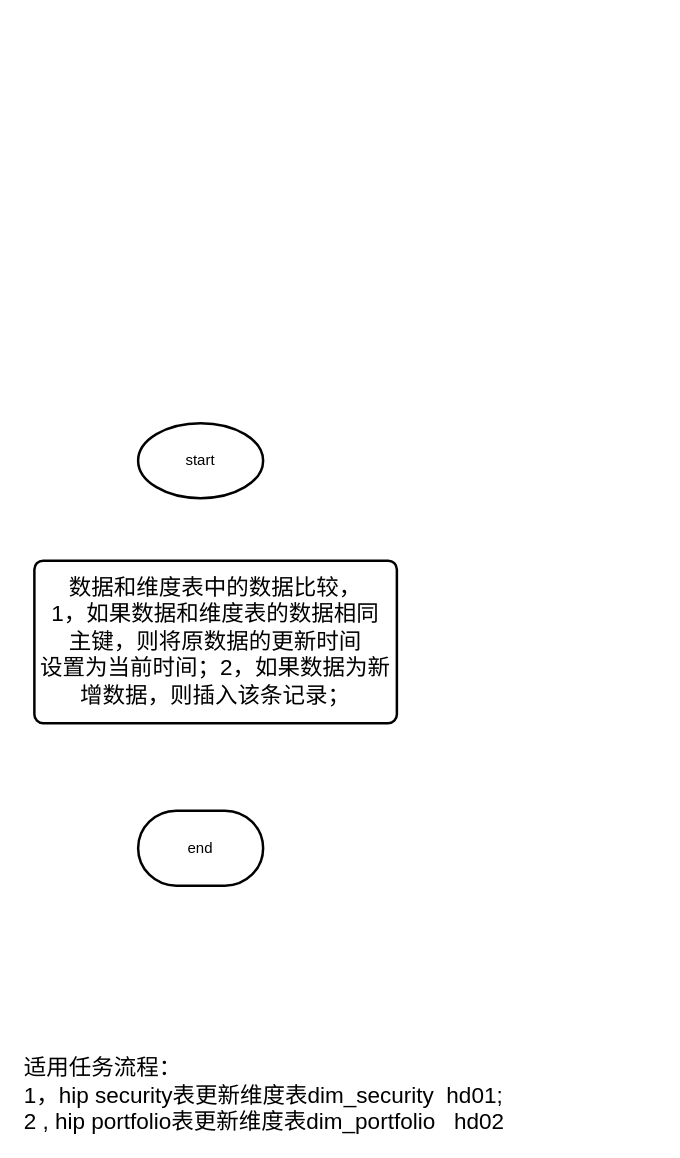
Before: 任务执行流程类型2.drawio in gebifeixiang/investment, a draw.io diagram. Source tidied: cells renumbered, new cells numbered last; positions are measured from the earlier drawing's top-left corner, leaving out a move shared by most shapes. Both pictures are drawn from the tidied source at 125%, with x=0, y=0 at pixel (21, 422).
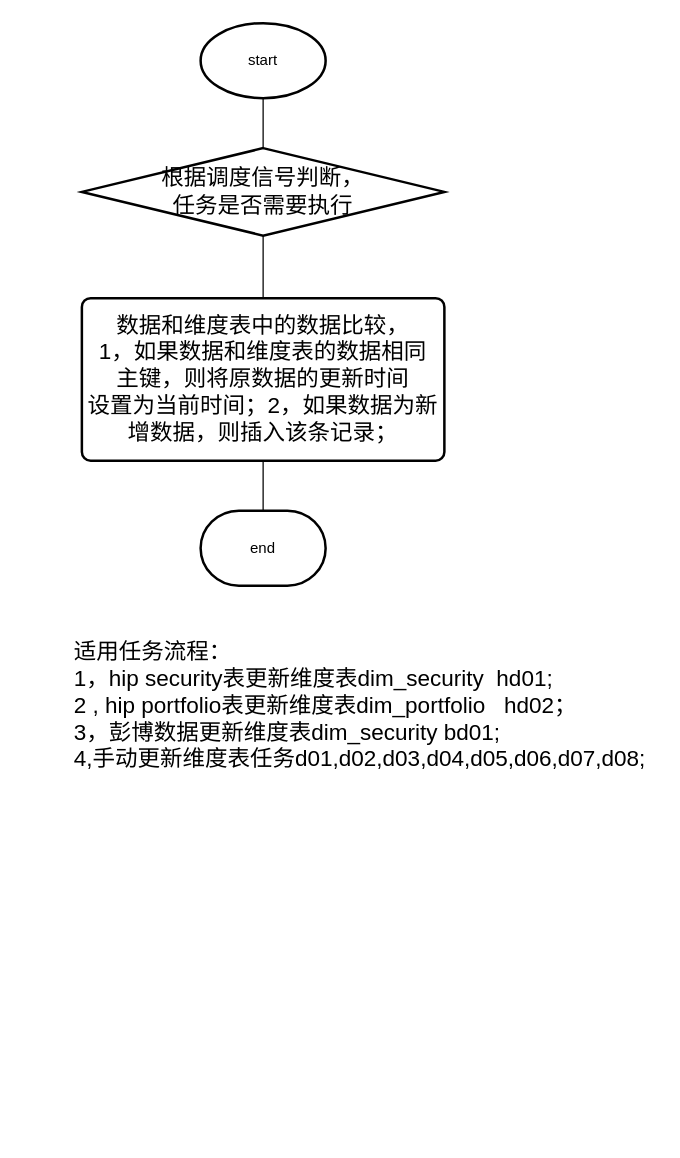
The same diagram, later.

Commit message:
Update 任务执行流程类型2.drawio

Change to the diagram source:
```diff
@@
 <mxGraphModel>
   <root>
     <mxCell id="0" />
     <mxCell id="1" parent="0" />
     <mxCell id="2" value="start" style="strokeWidth=2;html=1;shape=mxgraph.flowchart.start_1;whiteSpace=wrap;" parent="1" vertex="1">
-      <mxGeometry x="93" width="100" height="60" as="geometry" />
+      <mxGeometry x="143" y="-320" width="100" height="60" as="geometry" />
     </mxCell>
     <mxCell id="3" value="end" style="strokeWidth=2;html=1;shape=mxgraph.flowchart.terminator;whiteSpace=wrap;" parent="1" vertex="1">
-      <mxGeometry x="93" y="310" width="100" height="60" as="geometry" />
+      <mxGeometry x="143" y="70" width="100" height="60" as="geometry" />
     </mxCell>
     <mxCell id="4" value="数据和维度表中的数据比较，&lt;br&gt;1，如果数据和维度表的数据相同&lt;br&gt;主键，则将原数据的更新时间&lt;br&gt;设置为当前时间；2，如果数据为新增数据，则插入该条记录；&lt;br style=&quot;font-size: 18px&quot;&gt;" style="rounded=1;whiteSpace=wrap;html=1;absoluteArcSize=1;arcSize=14;strokeWidth=2;fontSize=18;" parent="1" vertex="1">
-      <mxGeometry x="10" y="110" width="290" height="130" as="geometry" />
+      <mxGeometry x="48" y="-100" width="290" height="130" as="geometry" />
     </mxCell>
-    <mxCell id="5" value="&lt;font style=&quot;font-size: 18px&quot;&gt;适用任务流程：&lt;br&gt;1，hip security表更新维度表dim_security&amp;nbsp; hd01;&lt;br&gt;2 , hip portfolio表更新维度表dim_portfolio&amp;nbsp; &amp;nbsp;hd02&lt;/font&gt;&lt;br&gt;" style="text;html=1;align=left;verticalAlign=top;spacingTop=-4;" parent="1" vertex="1">
-      <mxGeometry y="503" width="400" height="50" as="geometry" />
+    <mxCell id="5" value="&lt;font style=&quot;font-size: 18px&quot;&gt;&lt;span style=&quot;font-size: 18px&quot;&gt;适用任务流程：&lt;/span&gt;&lt;br&gt;&lt;font style=&quot;font-size: 18px&quot;&gt;1，hip security表更新维度表dim_security&amp;nbsp; hd01;&lt;br&gt;2 , hip portfolio表更新维度表dim_portfolio&amp;nbsp; &amp;nbsp;hd02；&lt;br&gt;&lt;/font&gt;&lt;/font&gt;&lt;font style=&quot;font-size: 18px&quot;&gt;3，彭博数据更新维度表dim_security bd01;&lt;br&gt;4,手动更新维度表任务d01,d02,d03,d04,d05,d06,d07,d08;&lt;/font&gt;&lt;br&gt;" style="text;html=1;align=left;verticalAlign=top;spacingTop=-4;" parent="1" vertex="1">
+      <mxGeometry x="40" y="170" width="470" height="80" as="geometry" />
     </mxCell>
+    <mxCell id="6" value="&lt;font style=&quot;font-size: 18px&quot;&gt;根据调度信号判断，&lt;br&gt;任务是否需要执行&lt;/font&gt;&lt;br&gt;" style="strokeWidth=2;html=1;shape=mxgraph.flowchart.decision;whiteSpace=wrap;" parent="1" vertex="1">
+      <mxGeometry x="48" y="-220" width="290" height="70" as="geometry" />
+    </mxCell>
+    <mxCell id="7" style="endArrow=none;html=1;entryX=0.5;entryY=1;entryDx=0;entryDy=0;entryPerimeter=0;exitX=0.5;exitY=0;exitDx=0;exitDy=0;exitPerimeter=0;" parent="1" edge="1" source="6" target="2">
+      <mxGeometry relative="1" as="geometry" />
+    </mxCell>
+    <mxCell id="8" style="endArrow=none;html=1;entryX=0.5;entryY=1;entryDx=0;entryDy=0;entryPerimeter=0;exitX=0.5;exitY=0;exitDx=0;exitDy=0;" parent="1" edge="1" source="4" target="6">
+      <mxGeometry relative="1" as="geometry" />
+    </mxCell>
+    <mxCell id="9" style="endArrow=none;html=1;entryX=0.5;entryY=1;entryDx=0;entryDy=0;exitX=0.5;exitY=0;exitDx=0;exitDy=0;exitPerimeter=0;" parent="1" edge="1" source="3" target="4">
+      <mxGeometry relative="1" as="geometry" />
+    </mxCell>
   </root>
 </mxGraphModel>
```
